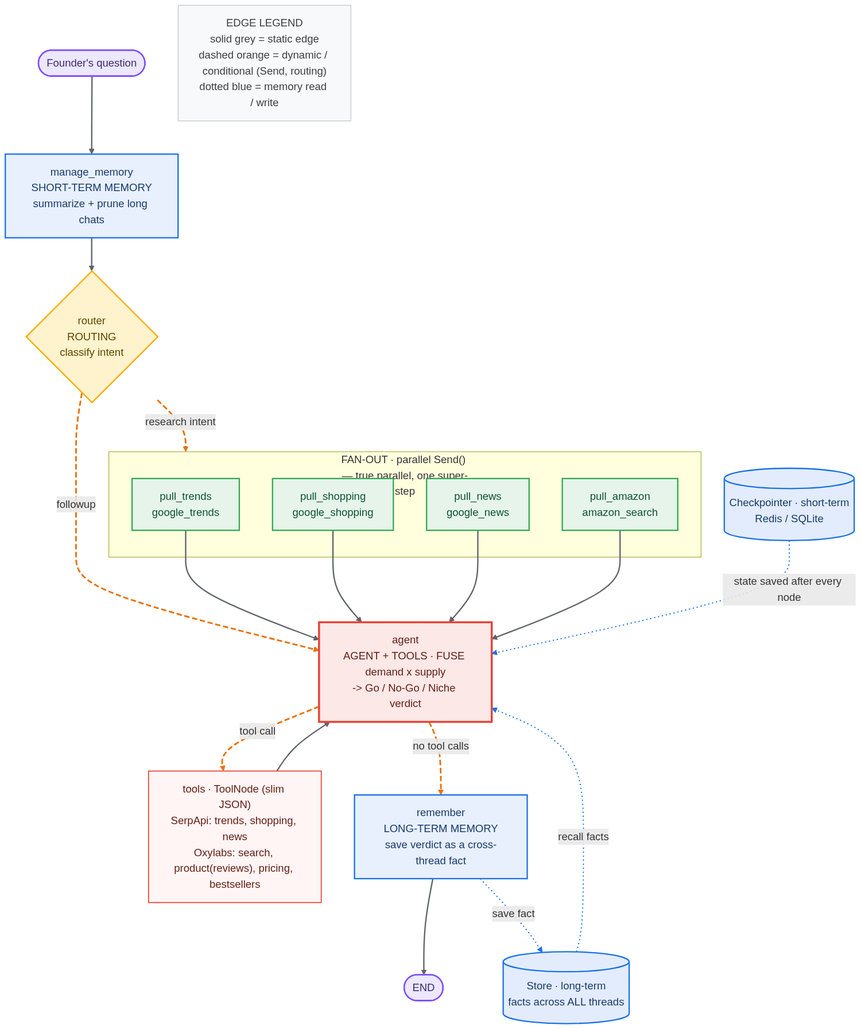
The Mermaid diagram assets/graph_styled.png in Shivanilarokar/Launch_lens_Langgraph-Agent, before a commit. Its source is kept beside it as assets/graph_styled.mmd.
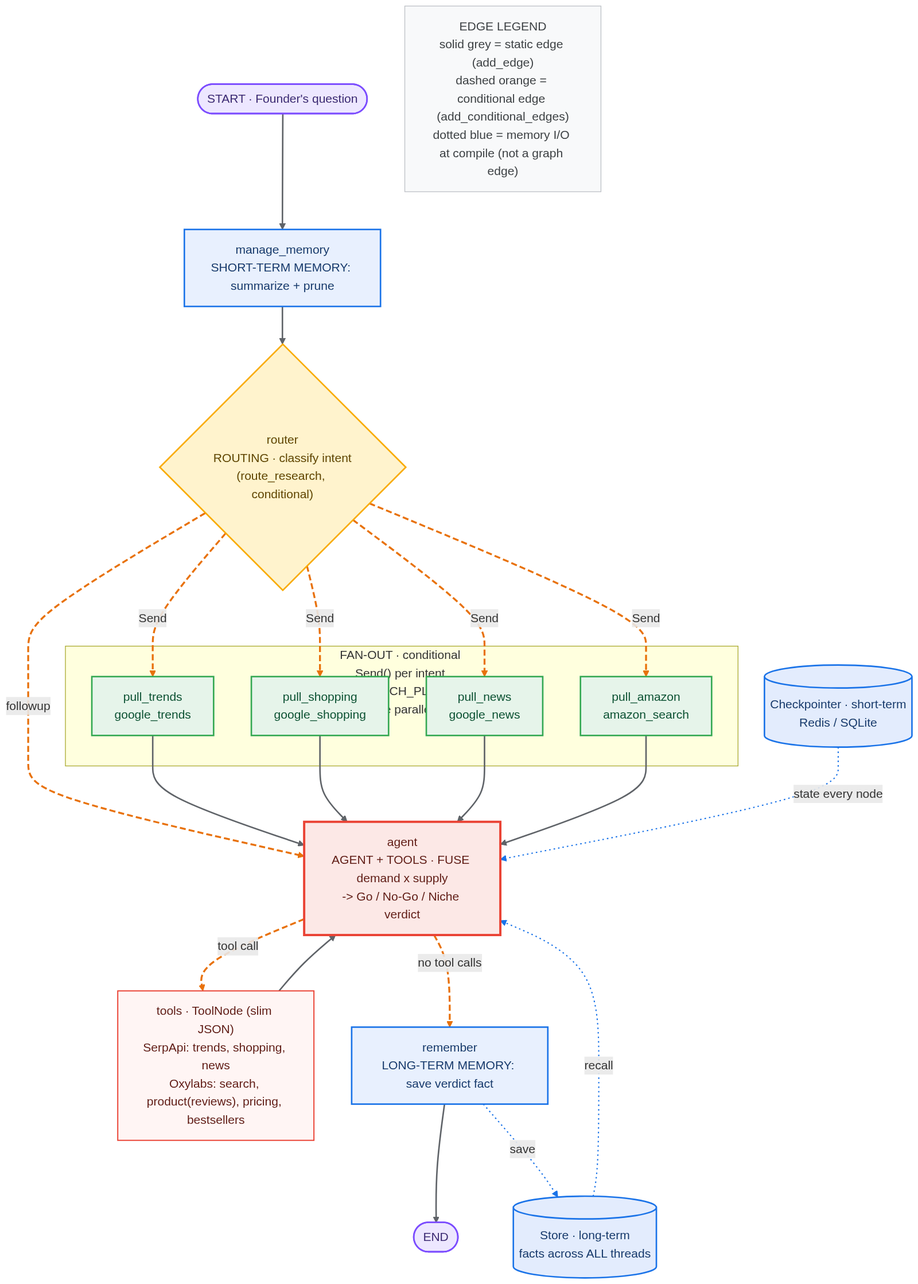
After the change.

Commit message:
Make styled diagram edges 100% match code (static vs conditional)

- router now shows 4 separate conditional Send edges to pull_trends/shopping/news/
  amazon + conditional followup edge to agent (matches add_conditional_edges)
- static add_edge edges (merges, tools->agent, remember->END) solid grey
- memory I/O dotted blue, legend clarifies it is compile-time, not a graph edge

What changed in the source:
```diff
@@ -1,16 +1,16 @@
 flowchart TD
-  U([Founder's question]):::se
-  MM["manage_memory<br/>SHORT-TERM MEMORY<br/>summarize + prune long chats"]:::mem
-  R{"router<br/>ROUTING<br/>classify intent"}:::route
+  U([START &middot; Founder's question]):::se
+  MM["manage_memory<br/>SHORT-TERM MEMORY: summarize + prune"]:::mem
+  R{"router<br/>ROUTING &middot; classify intent<br/>(route_research, conditional)"}:::route
   AG["agent<br/>AGENT + TOOLS &middot; FUSE demand x supply<br/>-&gt; Go / No-Go / Niche verdict"]:::agent
   TL["tools &middot; ToolNode (slim JSON)<br/>SerpApi: trends, shopping, news<br/>Oxylabs: search, product(reviews), pricing, bestsellers"]:::tools
-  RM["remember<br/>LONG-TERM MEMORY<br/>save verdict as a cross-thread fact"]:::mem
+  RM["remember<br/>LONG-TERM MEMORY: save verdict fact"]:::mem
   E([END]):::se
   CP[("Checkpointer &middot; short-term<br/>Redis / SQLite")]:::db
   ST[("Store &middot; long-term<br/>facts across ALL threads")]:::db
-  LEG["EDGE LEGEND<br/>solid grey = static edge<br/>dashed orange = dynamic / conditional (Send, routing)<br/>dotted blue = memory read / write"]:::legend
+  LEG["EDGE LEGEND<br/>solid grey = static edge (add_edge)<br/>dashed orange = conditional edge (add_conditional_edges)<br/>dotted blue = memory I/O at compile (not a graph edge)"]:::legend
 
-  subgraph FO["FAN-OUT &middot; parallel Send() &mdash; true parallel, one super-step"]
+  subgraph FO["FAN-OUT &middot; conditional Send() per intent (RESEARCH_PLAN) &mdash; true parallel"]
     direction LR
     WT["pull_trends<br/>google_trends"]:::fan
     WS["pull_shopping<br/>google_shopping"]:::fan
@@ -20,7 +20,10 @@
 
   U --> MM
   MM --> R
-  R -.->|research intent| FO
+  R -.->|Send| WT
+  R -.->|Send| WS
+  R -.->|Send| WN
+  R -.->|Send| WA
   R -.->|followup| AG
   WT --> AG
   WS --> AG
@@ -30,13 +33,13 @@
   TL --> AG
   AG -.->|no tool calls| RM
   RM --> E
-  CP -.->|state saved after every node| AG
-  ST -.->|recall facts| AG
-  RM -.->|save fact| ST
+  CP -.->|state every node| AG
+  ST -.->|recall| AG
+  RM -.->|save| ST
 
-  linkStyle 0,1,4,5,6,7,9,11 stroke:#5f6368,stroke-width:2px
-  linkStyle 2,3,8,10 stroke:#e8710a,stroke-width:2.5px,stroke-dasharray:8 4
-  linkStyle 12,13,14 stroke:#1a73e8,stroke-width:1.6px,stroke-dasharray:2 4
+  linkStyle 0,1,7,8,9,10,12,14 stroke:#5f6368,stroke-width:2px
+  linkStyle 2,3,4,5,6,11,13 stroke:#e8710a,stroke-width:2.5px,stroke-dasharray:8 4
+  linkStyle 15,16,17 stroke:#1a73e8,stroke-width:1.6px,stroke-dasharray:2 4
 
   classDef se fill:#ede7ff,stroke:#7c4dff,color:#3b2a72,stroke-width:2px;
   classDef mem fill:#e8f0fe,stroke:#1a73e8,color:#173a6b,stroke-width:2px;
```
